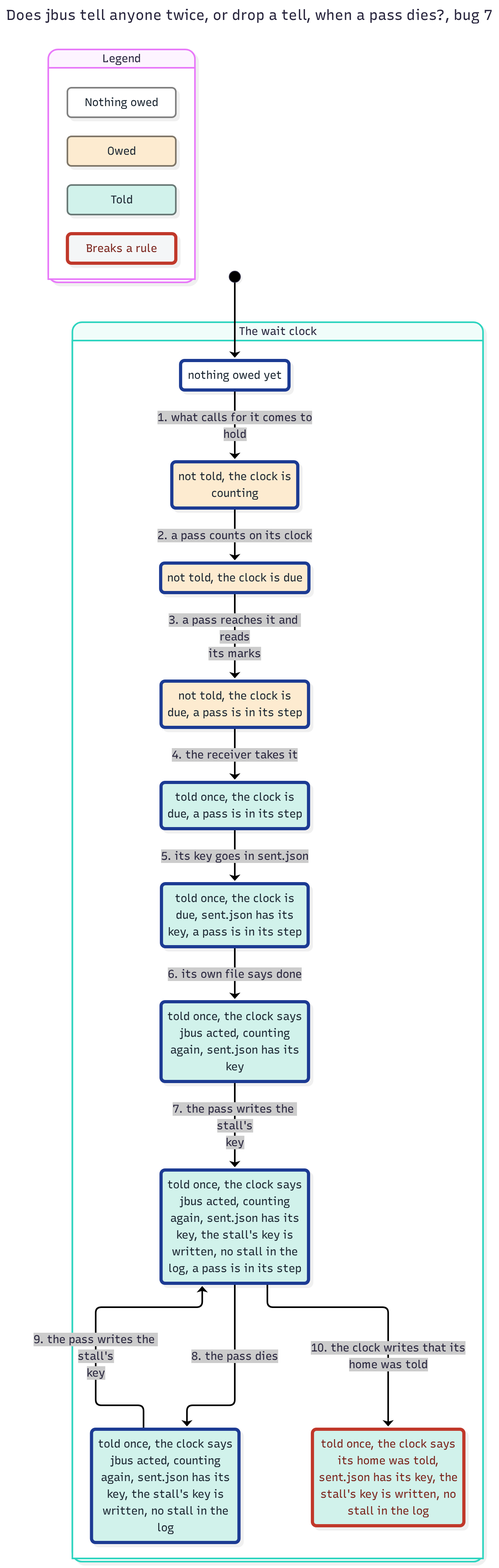
The Mermaid diagram features/jbus/spec/TellOnce-statechart/bug-7.png in JoshuaHayesWasHere/jstack, before a commit. Its source is kept beside it as features/jbus/spec/TellOnce-statechart/bug-7.mmd.
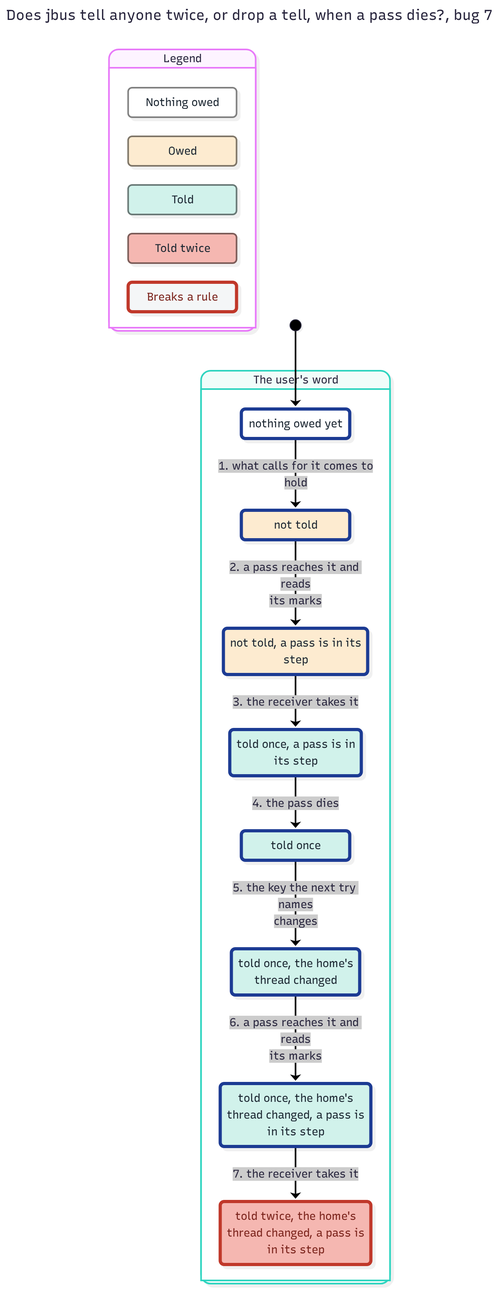
Later version of the same file.

What changed in the source:
```diff
@@ -12,48 +12,44 @@
   classDef group1 fill:#fdebd0,stroke:#7f7668,color:#1b2631
   classDef group1Path fill:#fdebd0,stroke:#1f3a93,stroke-width:4px,color:#1b2631
   classDef group2 fill:#d1f2eb,stroke:#697976,color:#1b2631
-  classDef group2Wrong fill:#d1f2eb,stroke:#c0392b,stroke-width:4px,color:#7b241c
   classDef group2Path fill:#d1f2eb,stroke:#1f3a93,stroke-width:4px,color:#1b2631
+  classDef group3 fill:#f5b7b1,stroke:#7b5c59,color:#1b2631
+  classDef group3Wrong fill:#f5b7b1,stroke:#c0392b,stroke-width:4px,color:#7b241c
   state "Legend" as legend {
     state "Nothing owed" as legendGroup0
     state "Owed" as legendGroup1
     state "Told" as legendGroup2
+    state "Told twice" as legendGroup3
     state "Breaks a rule" as legendWrong
   }
   class legendGroup0 group0
   class legendGroup1 group1
   class legendGroup2 group2
+  class legendGroup3 group3
   class legendWrong plainWrong
-  state "The wait clock" as g0 {
-    state "not told, the clock is<br/>counting" as s0
-    state "not told, the clock is due" as s1
-    state "not told, the clock is<br/>due, a pass is in its step" as s2
-    state "nothing owed yet" as s3
-    state "told once, the clock is<br/>due, a pass is in its step" as s4
-    state "told once, the clock is<br/>due, sent.json has its<br/>key, a pass is in its step" as s5
-    state "told once, the clock says<br/>its home was told,<br/>sent.json has its key, the<br/>stall's key is written, no<br/>stall in the log" as s6
-    state "told once, the clock says<br/>jbus acted, counting<br/>again, sent.json has its<br/>key" as s7
-    state "told once, the clock says<br/>jbus acted, counting<br/>again, sent.json has its<br/>key, the stall's key is<br/>written, no stall in the<br/>log" as s8
-    state "told once, the clock says<br/>jbus acted, counting<br/>again, sent.json has its<br/>key, the stall's key is<br/>written, no stall in the<br/>log, a pass is in its step" as s9
+  state "The user's word" as g0 {
+    state "not told" as s0
+    state "not told, a pass is in its<br/>step" as s1
+    state "nothing owed yet" as s2
+    state "told once" as s3
+    state "told once, a pass is in<br/>its step" as s4
+    state "told once, the home's<br/>thread changed" as s5
+    state "told once, the home's<br/>thread changed, a pass is<br/>in its step" as s6
+    state "told twice, the home's<br/>thread changed, a pass is<br/>in its step" as s7
   }
-  [*] --> s3
-  s3 --> s0 : 1. what calls for it comes to<br/>hold
-  s0 --> s1 : 2. a pass counts on its clock
-  s1 --> s2 : 3. a pass reaches it and reads<br/>its marks
-  s2 --> s4 : 4. the receiver takes it
-  s4 --> s5 : 5. its key goes in sent.json
-  s5 --> s7 : 6. its own file says done
-  s7 --> s9 : 7. the pass writes the stall's<br/>key
-  s9 --> s8 : 8. the pass dies
-  s8 --> s9 : 9. the pass writes the stall's<br/>key
-  s9 --> s6 : 10. the clock writes that its<br/>home was told
+  [*] --> s2
+  s2 --> s0 : 1. what calls for it comes to<br/>hold
+  s0 --> s1 : 2. a pass reaches it and reads<br/>its marks
+  s1 --> s4 : 3. the receiver takes it
+  s4 --> s3 : 4. the pass dies
+  s3 --> s5 : 5. the key the next try names<br/>changes
+  s5 --> s6 : 6. a pass reaches it and reads<br/>its marks
+  s6 --> s7 : 7. the receiver takes it
   class s0 group1Path
   class s1 group1Path
-  class s2 group1Path
-  class s3 group0Path
+  class s2 group0Path
+  class s3 group2Path
   class s4 group2Path
   class s5 group2Path
-  class s6 group2Wrong
-  class s7 group2Path
-  class s8 group2Path
-  class s9 group2Path
+  class s6 group2Path
+  class s7 group3Wrong
```
